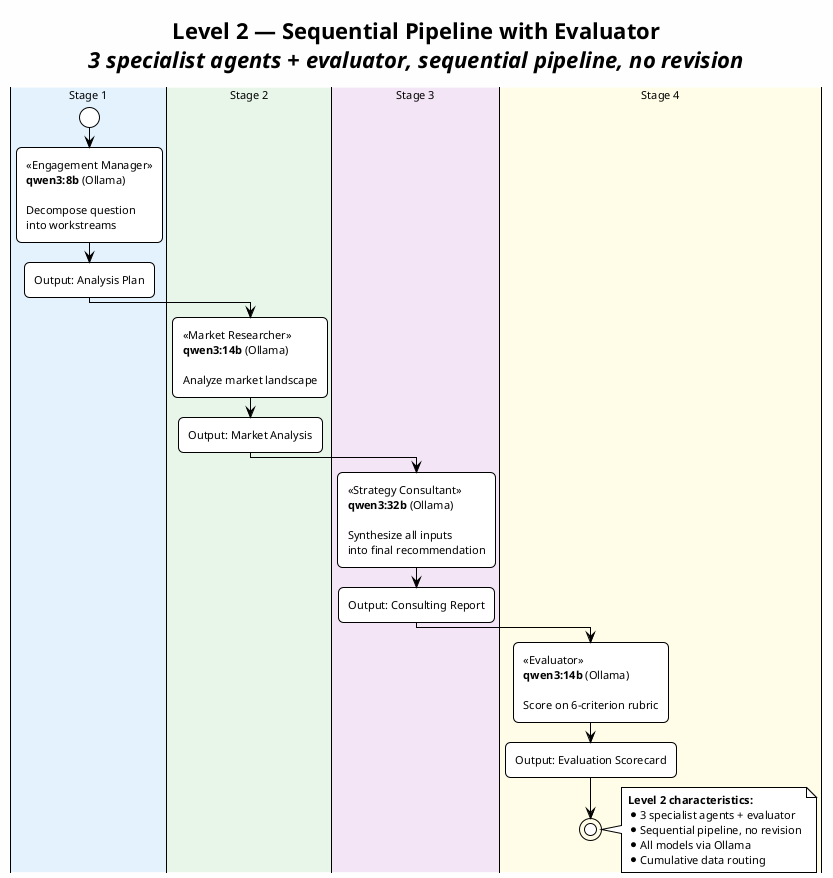
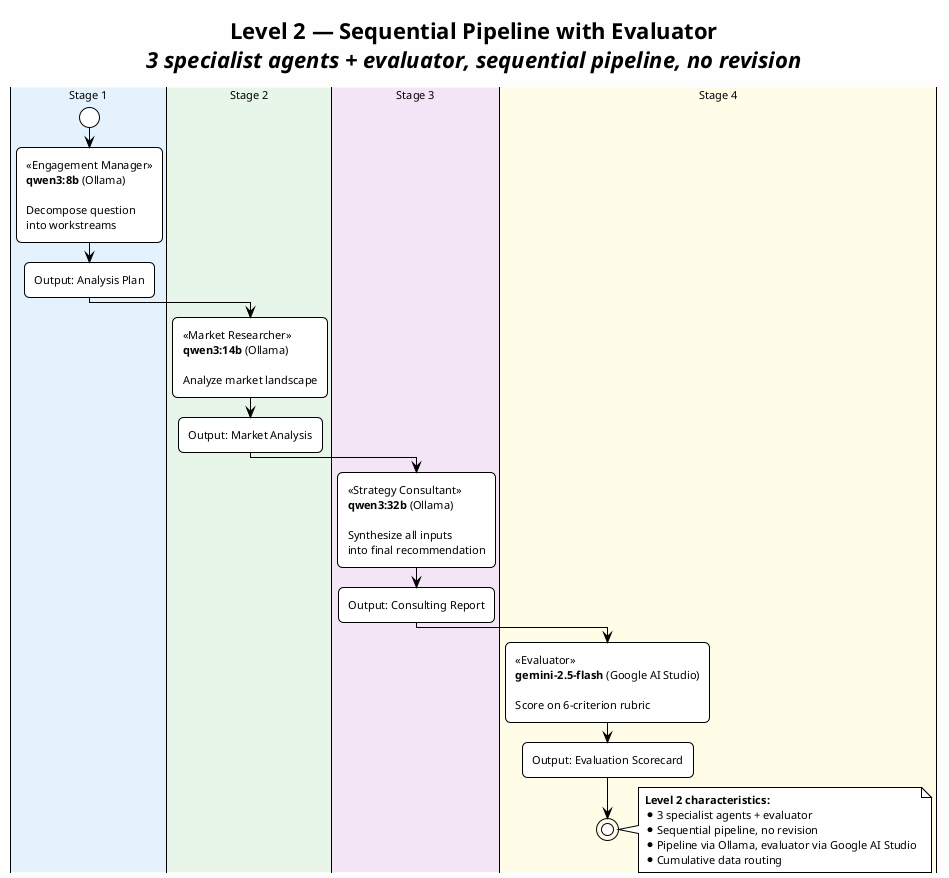
@startuml level2_pipeline
!theme plain
skinparam backgroundColor #FEFEFE
skinparam defaultFontName "Segoe UI"
skinparam defaultFontSize 11
skinparam shadowing false
skinparam roundCorner 10

title **Level 2 — Sequential Pipeline with Evaluator**\n//3 specialist agents + evaluator, sequential pipeline, no revision//

|#E3F2FD|Stage 1|
start
:<<Engagement Manager>>\n**qwen3:8b** (Ollama)\n\nDecompose question\ninto workstreams;
:Output: Analysis Plan;

|#E8F5E9|Stage 2|
:<<Market Researcher>>\n**qwen3:14b** (Ollama)\n\nAnalyze market landscape;
:Output: Market Analysis;

|#F3E5F5|Stage 3|
:<<Strategy Consultant>>\n**qwen3:32b** (Ollama)\n\nSynthesize all inputs\ninto final recommendation;
:Output: Consulting Report;

|#FFFDE7|Stage 4|
- :<<Evaluator>>\n**qwen3:14b** (Ollama)\n\nScore on 6-criterion rubric;
+ :<<Evaluator>>\n**gemini-2.5-flash** (Google AI Studio)\n\nScore on 6-criterion rubric;
:Output: Evaluation Scorecard;
stop

note right
  **Level 2 characteristics:**
  * 3 specialist agents + evaluator
  * Sequential pipeline, no revision
-   * All models via Ollama
+   * Pipeline via Ollama, evaluator via Google AI Studio
  * Cumulative data routing
end note

@enduml
